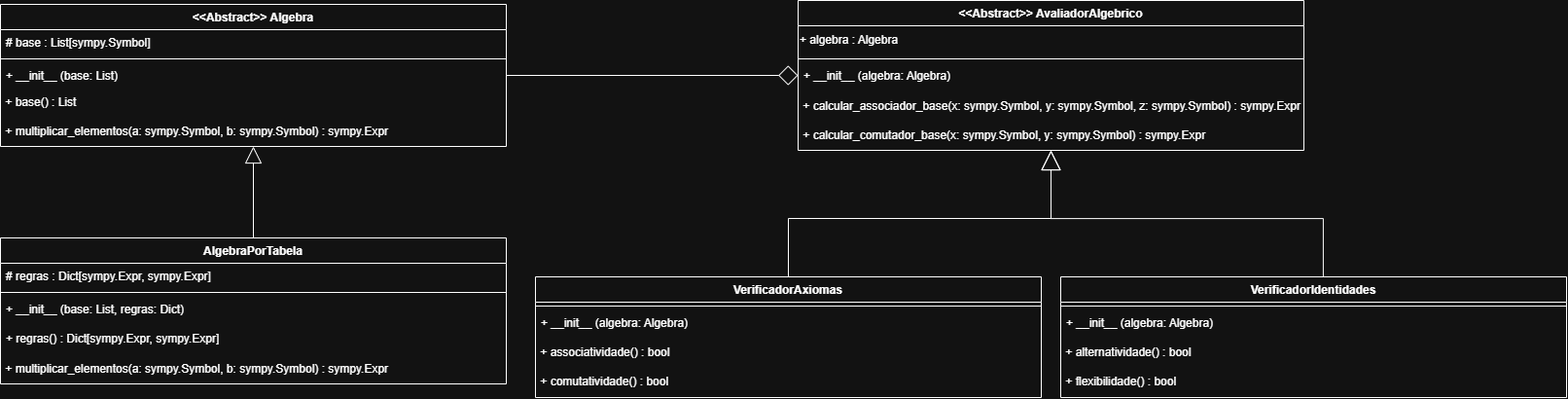
Earlier version of the draw.io export diagrama.drawio.png (LukasBueno/estruturas-nao-associativas-com-python). Source tidied: cells renumbered, new cells last; positions are measured from the earlier drawing's top-left corner, leaving out a move shared by most shapes.
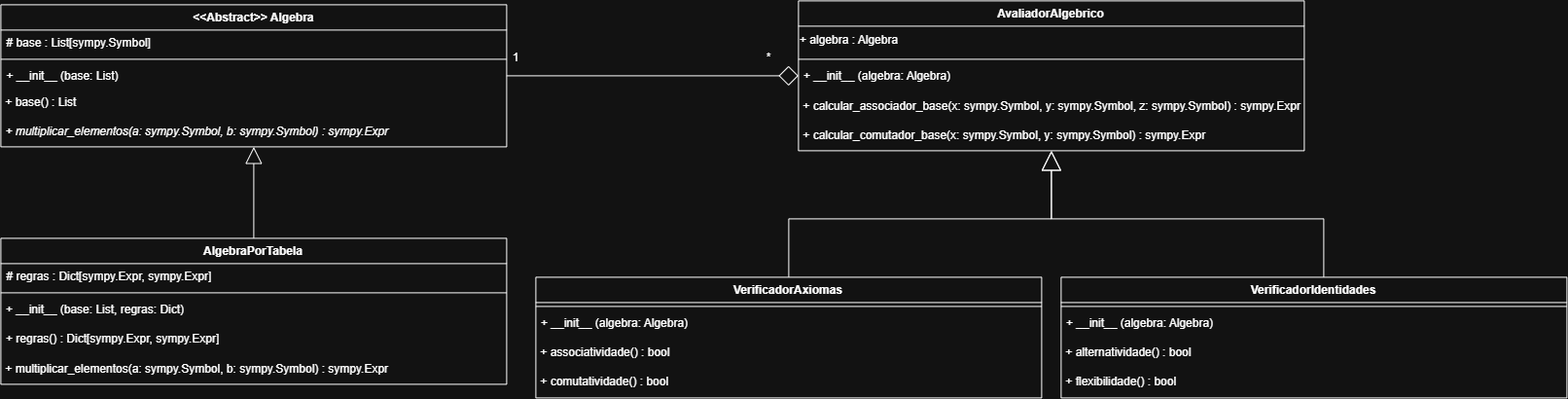
Later version of the same file.

Commit message:
fix(AvaliadorAlgebrico): corrige a classe e altera o diagrama

Notou-se que manter a classe como abstrata, no momento, é desnecessário.

The edit, as a diff of the source:
```diff
@@ -17,10 +17,10 @@
     <mxCell id="6" value="&lt;div&gt;&amp;nbsp;+ base() : List&lt;/div&gt;" style="text;html=1;whiteSpace=wrap;strokeColor=none;fillColor=none;align=left;verticalAlign=middle;rounded=0;" parent="2" vertex="1">
       <mxGeometry y="86" width="520" height="30" as="geometry" />
     </mxCell>
-    <mxCell id="7" value="&lt;div&gt;&amp;nbsp;+ multiplicar_elementos(a: sympy.Symbol, b: sympy.Symbol) : sympy.Expr&amp;nbsp;&lt;/div&gt;" style="text;html=1;whiteSpace=wrap;strokeColor=none;fillColor=none;align=left;verticalAlign=middle;rounded=0;" parent="2" vertex="1">
+    <mxCell id="7" value="&lt;div&gt;&amp;nbsp;+ multiplicar_elementos(a: sympy.Symbol, b: sympy.Symbol) : sympy.Expr&amp;nbsp;&lt;/div&gt;" style="text;html=1;whiteSpace=wrap;strokeColor=none;fillColor=none;align=left;verticalAlign=middle;rounded=0;fontStyle=2;" parent="2" vertex="1">
       <mxGeometry y="116" width="520" height="30" as="geometry" />
     </mxCell>
-    <mxCell id="8" value="&amp;lt;&amp;lt;Abstract&amp;gt;&amp;gt; AvaliadorAlgebrico" style="swimlane;fontStyle=1;align=center;verticalAlign=top;horizontal=1;startSize=26;whiteSpace=wrap;html=1;" parent="1" vertex="1">
+    <mxCell id="8" value="AvaliadorAlgebrico" style="swimlane;fontStyle=1;align=center;verticalAlign=top;horizontal=1;startSize=26;whiteSpace=wrap;html=1;" parent="1" vertex="1">
       <mxGeometry x="820" width="520" height="154" as="geometry" />
     </mxCell>
     <mxCell id="9" value="+ algebra : Algebra" style="text;html=1;whiteSpace=wrap;strokeColor=none;fillColor=none;align=left;verticalAlign=middle;rounded=0;" parent="8" vertex="1">
@@ -103,5 +103,11 @@
     <mxCell id="33" value="&amp;nbsp;+ flexibilidade() : bool" style="text;html=1;whiteSpace=wrap;strokeColor=none;fillColor=none;align=left;verticalAlign=top;rounded=0;" parent="29" vertex="1">
       <mxGeometry y="94" width="520" height="30" as="geometry" />
     </mxCell>
+    <mxCell id="34" value="1" style="text;html=1;whiteSpace=wrap;strokeColor=none;fillColor=none;align=center;verticalAlign=middle;rounded=0;" parent="1" vertex="1">
+      <mxGeometry x="500" y="44" width="60" height="30" as="geometry" />
+    </mxCell>
+    <mxCell id="35" value="*" style="text;html=1;whiteSpace=wrap;strokeColor=none;fillColor=none;align=center;verticalAlign=middle;rounded=0;" parent="1" vertex="1">
+      <mxGeometry x="760" y="44" width="60" height="30" as="geometry" />
+    </mxCell>
   </root>
 </mxGraphModel>
```
